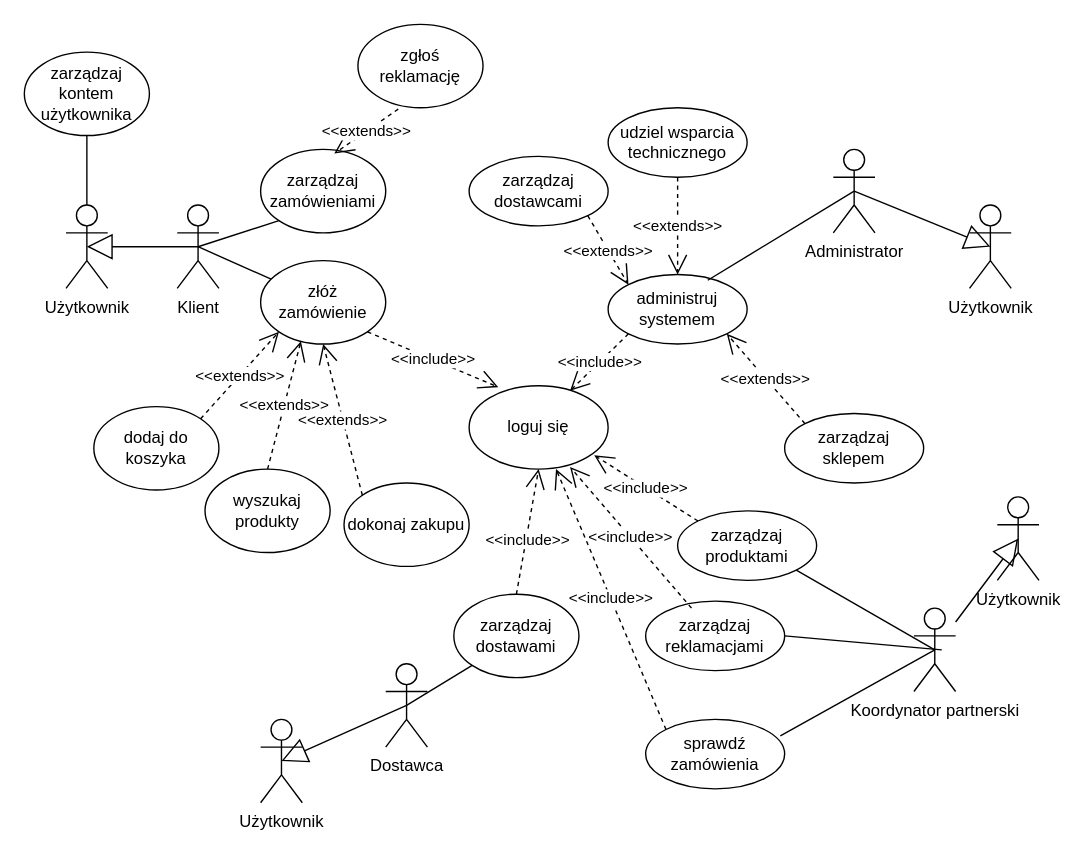
Before: DPU-przypadki/Diagram bez tytułu.drawio in Tarik-Alaiwi-dev/psi, a draw.io diagram. Source tidied: cells renumbered, new cells numbered last; positions are measured from the earlier drawing's top-left corner, leaving out a move shared by most shapes. Both pictures are drawn from the tidied source at 139%, with x=0, y=0 at pixel (24, 24).
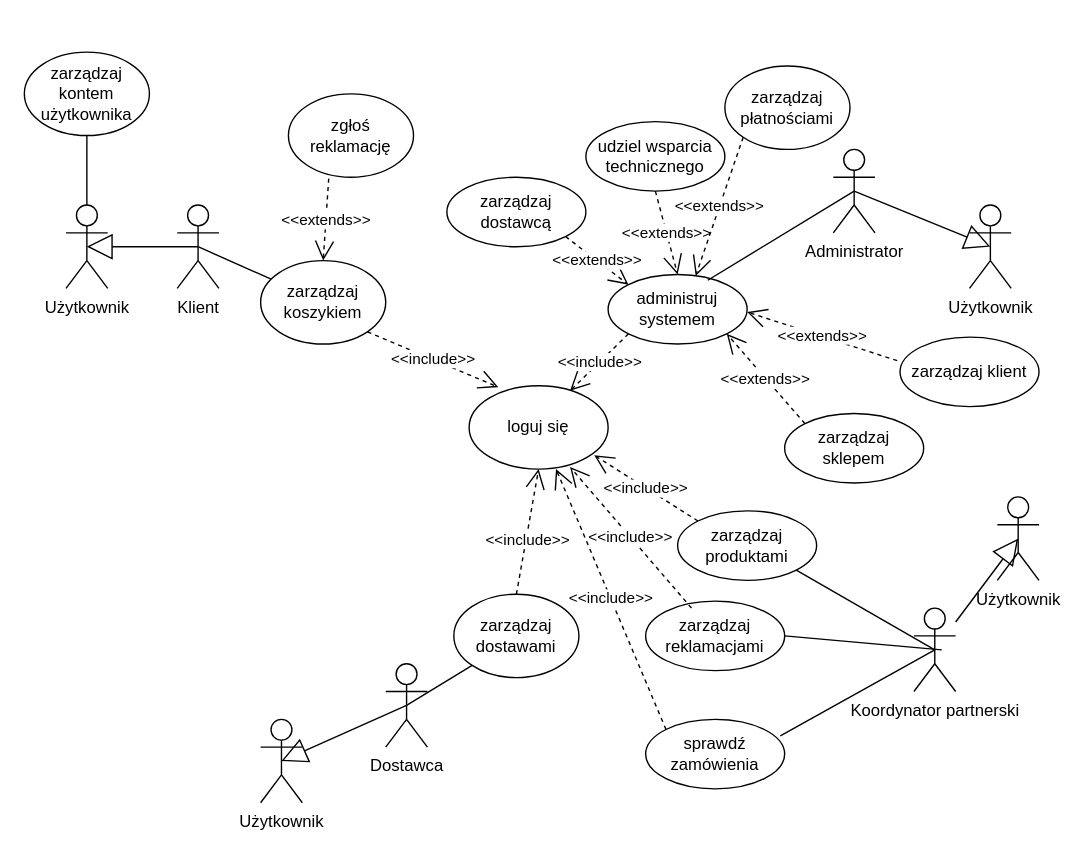
The same page after the edit.

The change refers to these unchanged cells:
```xml
<mxCell id="4" value="Klient" style="shape=umlActor;verticalLabelPosition=bottom;verticalAlign=top;html=1;" parent="1" vertex="1">
  <mxGeometry x="110" y="130" width="30" height="60" as="geometry" />
</mxCell>
<mxCell id="7" value="administruj systemem" style="ellipse;whiteSpace=wrap;html=1;" parent="1" vertex="1">
  <mxGeometry x="420" y="180" width="100" height="50" as="geometry" />
</mxCell>
```

Change to the diagram source:
```diff
@@
-    <mxCell id="8" value="złóż zamówienie" style="ellipse;whiteSpace=wrap;html=1;" parent="1" vertex="1">
+    <mxCell id="8" value="zarządzaj koszykiem" style="ellipse;whiteSpace=wrap;html=1;" parent="1" vertex="1">
       <mxGeometry x="170" y="170" width="90" height="60" as="geometry" />
     </mxCell>
@@
-    <mxCell id="12" value="dodaj do koszyka" style="ellipse;whiteSpace=wrap;html=1;" parent="1" vertex="1">
-      <mxGeometry x="50" y="275" width="90" height="60" as="geometry" />
-    </mxCell>
@@
-    <mxCell id="14" value="&amp;lt;&amp;lt;extends&amp;gt;&amp;gt;" style="endArrow=open;endSize=12;dashed=1;html=1;rounded=0;exitX=1;exitY=0;exitDx=0;exitDy=0;entryX=0;entryY=1;entryDx=0;entryDy=0;" parent="1" edge="1" source="12" target="8">
-      <mxGeometry relative="1" as="geometry" />
-    </mxCell>
@@
-    <mxCell id="16" value="wyszukaj produkty" style="ellipse;whiteSpace=wrap;html=1;" parent="1" vertex="1">
-      <mxGeometry x="130" y="320" width="90" height="60" as="geometry" />
-    </mxCell>
-    <mxCell id="17" value="zarządzaj dostawcami" style="ellipse;whiteSpace=wrap;html=1;" parent="1" vertex="1">
-      <mxGeometry x="320" y="95" width="100" height="50" as="geometry" />
+    <mxCell id="17" value="zarządzaj dostawcą" style="ellipse;whiteSpace=wrap;html=1;" parent="1" vertex="1">
+      <mxGeometry x="304" y="110" width="100" height="50" as="geometry" />
     </mxCell>
-    <mxCell id="18" value="&amp;lt;&amp;lt;extends&amp;gt;&amp;gt;" style="endArrow=open;endSize=12;dashed=1;html=1;rounded=0;exitX=0.5;exitY=0;exitDx=0;exitDy=0;entryX=0.322;entryY=0.967;entryDx=0;entryDy=0;entryPerimeter=0;" parent="1" edge="1" source="16" target="8">
-      <mxGeometry relative="1" as="geometry" />
-    </mxCell>
     <mxCell id="19" value="udziel wsparcia technicznego" style="ellipse;whiteSpace=wrap;html=1;" parent="1" vertex="1">
-      <mxGeometry x="420" y="60" width="100" height="50" as="geometry" />
+      <mxGeometry x="404" y="70" width="100" height="50" as="geometry" />
     </mxCell>
-    <mxCell id="20" value="dokonaj zakupu" style="ellipse;whiteSpace=wrap;html=1;" parent="1" vertex="1">
-      <mxGeometry x="230" y="330" width="90" height="60" as="geometry" />
-    </mxCell>
-    <mxCell id="21" value="&amp;lt;&amp;lt;extends&amp;gt;&amp;gt;" style="endArrow=open;endSize=12;dashed=1;html=1;rounded=0;exitX=0;exitY=0;exitDx=0;exitDy=0;entryX=0.5;entryY=1;entryDx=0;entryDy=0;" parent="1" edge="1" source="20" target="8">
-      <mxGeometry relative="1" as="geometry" />
-    </mxCell>
-    <mxCell id="22" value="zarządzaj zamówieniami" style="ellipse;whiteSpace=wrap;html=1;" parent="1" vertex="1">
-      <mxGeometry x="170" y="90" width="90" height="60" as="geometry" />
-    </mxCell>
-    <mxCell id="23" style="endArrow=none;html=1;rounded=0;entryX=0.5;entryY=0.5;entryDx=0;entryDy=0;entryPerimeter=0;exitX=0;exitY=1;exitDx=0;exitDy=0;" parent="1" edge="1" source="22" target="4">
-      <mxGeometry relative="1" as="geometry" />
-    </mxCell>
     <mxCell id="24" value="zgłoś reklamację" style="ellipse;whiteSpace=wrap;html=1;" parent="1" vertex="1">
-      <mxGeometry x="240" width="90" height="60" as="geometry" />
+      <mxGeometry x="190" y="50" width="90" height="60" as="geometry" />
     </mxCell>
-    <mxCell id="25" value="&amp;lt;&amp;lt;extends&amp;gt;&amp;gt;" style="endArrow=open;endSize=12;dashed=1;html=1;rounded=0;exitX=0.322;exitY=1.017;exitDx=0;exitDy=0;entryX=0.589;entryY=0.05;entryDx=0;entryDy=0;entryPerimeter=0;exitPerimeter=0;" parent="1" edge="1" source="24" target="22">
+    <mxCell id="25" value="&amp;lt;&amp;lt;extends&amp;gt;&amp;gt;" style="endArrow=open;endSize=12;dashed=1;html=1;rounded=0;exitX=0.322;exitY=1.017;exitDx=0;exitDy=0;entryX=0.5;entryY=0;entryDx=0;entryDy=0;exitPerimeter=0;" parent="1" edge="1" source="24" target="8">
       <mxGeometry relative="1" as="geometry" />
     </mxCell>
@@
+    <mxCell id="52" value="zarządzaj klient" style="ellipse;whiteSpace=wrap;html=1;" parent="1" vertex="1">
+      <mxGeometry x="630" y="225" width="100" height="50" as="geometry" />
+    </mxCell>
+    <mxCell id="53" value="&amp;lt;&amp;lt;extends&amp;gt;&amp;gt;" style="endArrow=open;endSize=12;dashed=1;html=1;rounded=0;strokeColor=default;align=center;verticalAlign=middle;fontFamily=Helvetica;fontSize=11;fontColor=default;labelBackgroundColor=default;exitX=-0.02;exitY=0.34;exitDx=0;exitDy=0;entryX=1;entryY=0.54;entryDx=0;entryDy=0;exitPerimeter=0;entryPerimeter=0;" parent="1" edge="1" source="52" target="7">
+      <mxGeometry relative="1" as="geometry" />
+    </mxCell>
+    <mxCell id="54" value="zarządzaj płatnościami" style="ellipse;whiteSpace=wrap;html=1;" parent="1" vertex="1">
+      <mxGeometry x="504" y="30" width="90" height="60" as="geometry" />
+    </mxCell>
+    <mxCell id="55" value="&amp;lt;&amp;lt;extends&amp;gt;&amp;gt;" style="endArrow=open;endSize=12;dashed=1;html=1;rounded=0;exitX=0;exitY=1;exitDx=0;exitDy=0;entryX=0.63;entryY=0.02;entryDx=0;entryDy=0;entryPerimeter=0;" parent="1" edge="1" source="54" target="7">
+      <mxGeometry relative="1" as="geometry" />
+    </mxCell>
```
